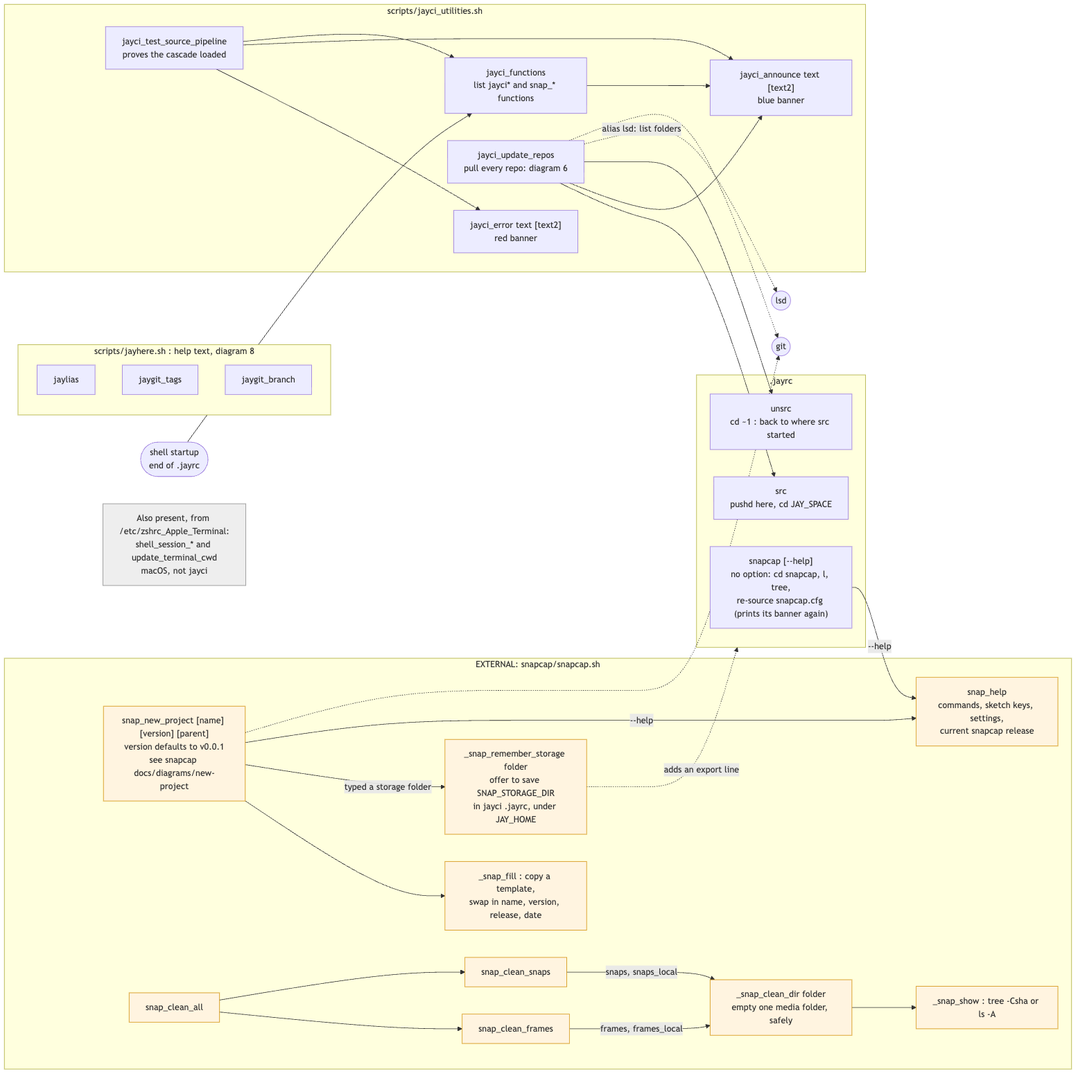
Earlier version of the Mermaid export docs/diagrams/5-functions.png (jaycody/jayci). Its source is kept beside it as docs/diagrams/5-functions.mmd.
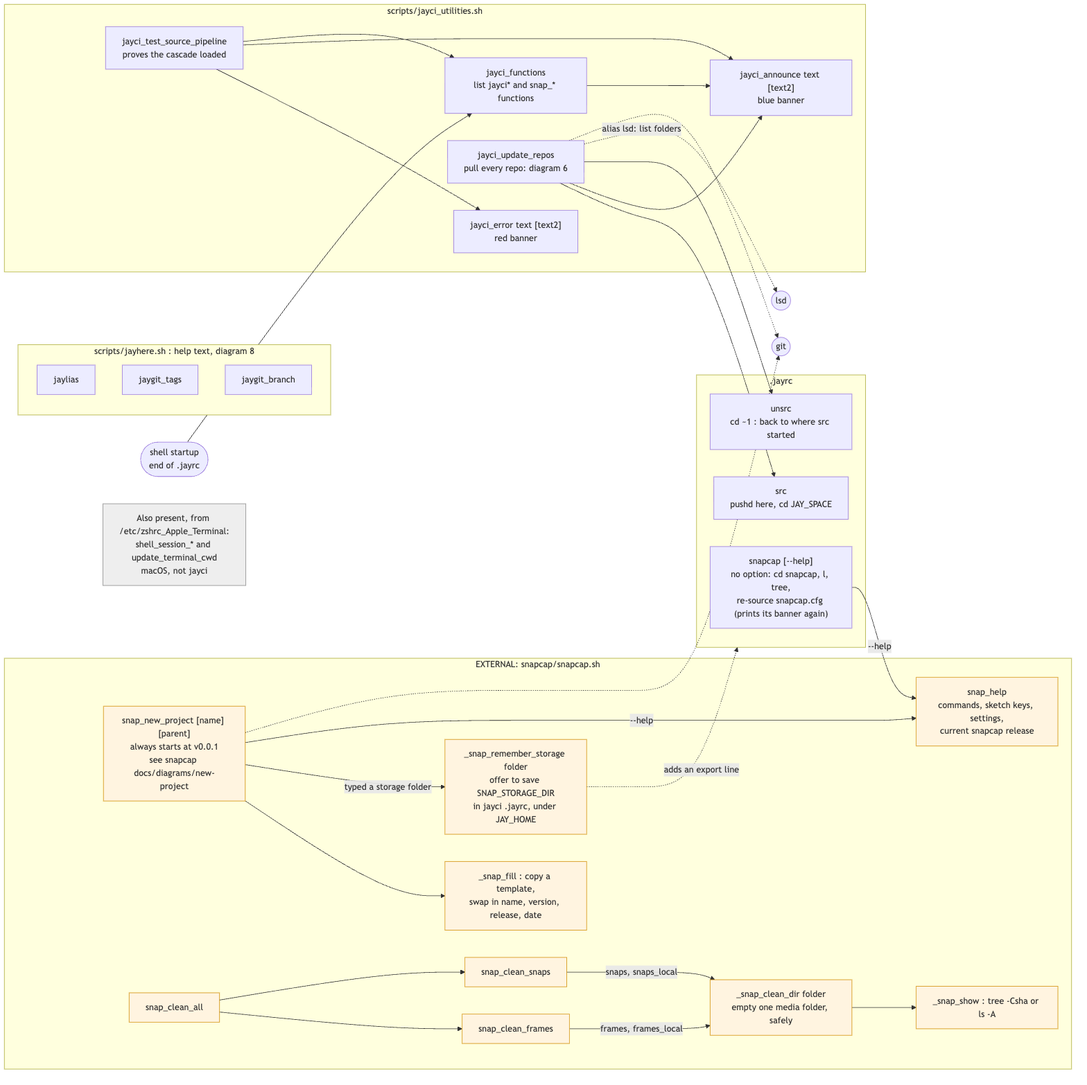
Later version of the same file.

Commit message:
5-functions diagram: snap_new_project [name] [parent], always v0.0.1

Change to the diagram source:
```diff
@@ -20,7 +20,7 @@
     end
 
     subgraph SNAP ["EXTERNAL: snapcap/snapcap.sh"]
-        np["snap_new_project [name] [version] [parent]<br/>version defaults to v0.0.1<br/>see snapcap docs/diagrams/new-project"]
+        np["snap_new_project [name] [parent]<br/>always starts at v0.0.1<br/>see snapcap docs/diagrams/new-project"]
         hp["snap_help<br/>commands, sketch keys, settings,<br/>current snapcap release"]
         fill["_snap_fill : copy a template,<br/>swap in name, version, release, date"]
         rem["_snap_remember_storage folder<br/>offer to save SNAP_STORAGE_DIR<br/>in jayci .jayrc, under JAY_HOME"]
```
